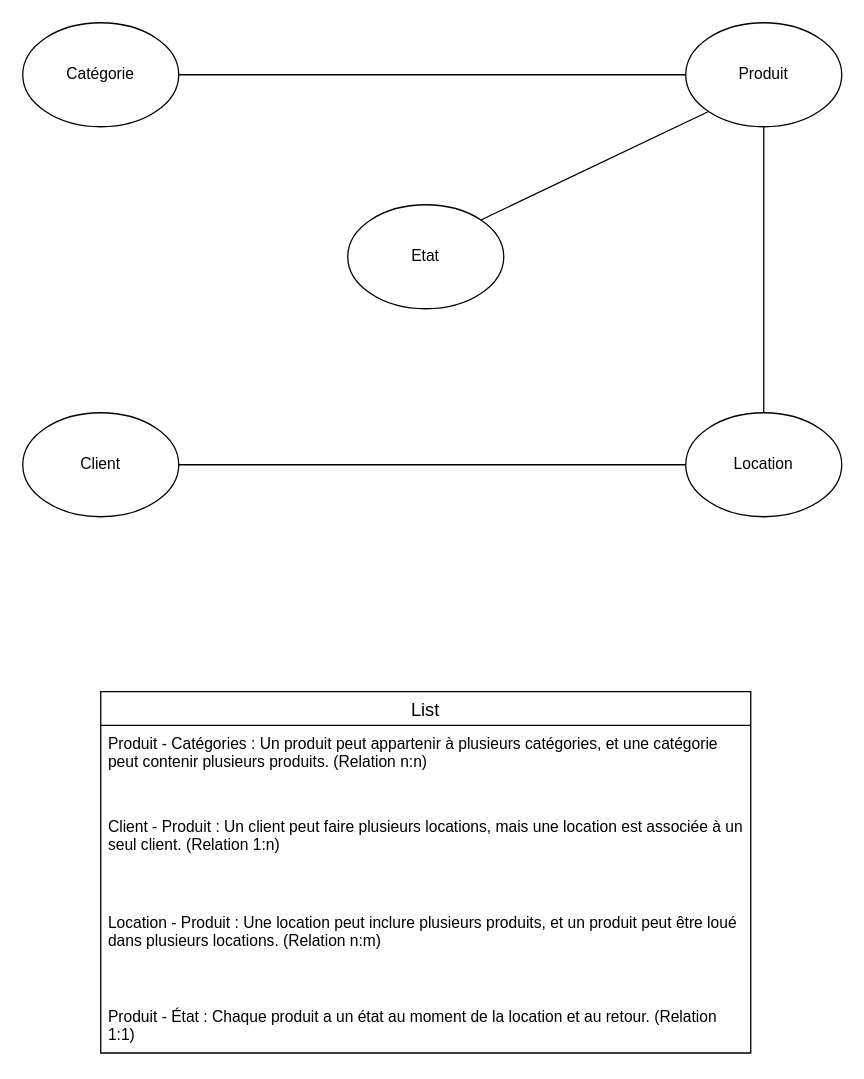
This is Diagramme sans nom.drawio from Selimjerbi66/esirem, a draw.io file, before an edit. Source tidied: cells renumbered, new cells numbered last; positions are measured from the earlier drawing's top-left corner, leaving out a move shared by most shapes. Both pictures are drawn from the tidied source at 130%, with x=0, y=0 at pixel (22, 22).
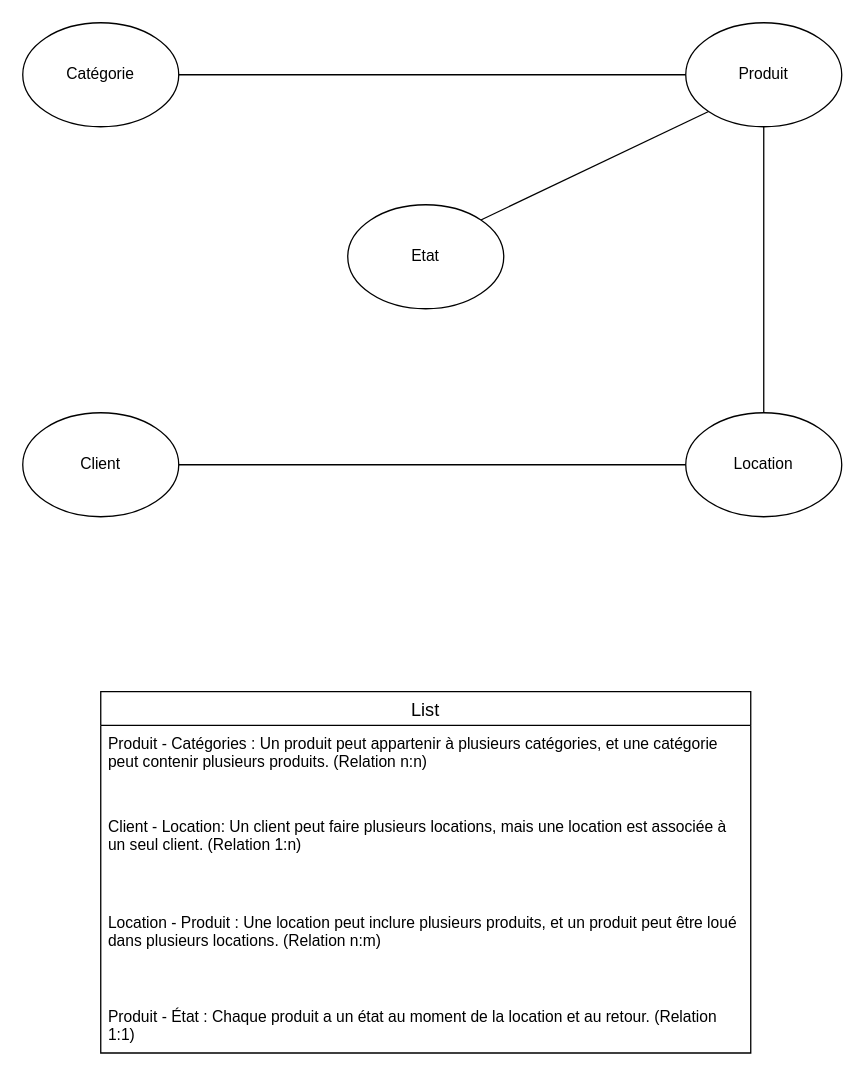
After the change.

Commit message (it also covers changes not shown here):
Mettre à jour Diagramme sans nom.drawio

The edit, as a diff of the source:
```diff
@@
 <mxGraphModel>
   <root>
     <mxCell id="0" />
     <mxCell id="1" parent="0" />
     <mxCell id="2" value="Client" style="ellipse;whiteSpace=wrap;html=1;" parent="1" vertex="1">
       <mxGeometry y="300" width="120" height="80" as="geometry" />
     </mxCell>
     <mxCell id="3" value="Location" style="ellipse;whiteSpace=wrap;html=1;" parent="1" vertex="1">
       <mxGeometry x="510" y="300" width="120" height="80" as="geometry" />
     </mxCell>
     <mxCell id="4" value="Produit" style="ellipse;whiteSpace=wrap;html=1;" parent="1" vertex="1">
       <mxGeometry x="510" width="120" height="80" as="geometry" />
     </mxCell>
     <mxCell id="5" value="Etat" style="ellipse;whiteSpace=wrap;html=1;" parent="1" vertex="1">
       <mxGeometry x="250" y="140" width="120" height="80" as="geometry" />
     </mxCell>
     <mxCell id="6" value="Catégorie" style="ellipse;whiteSpace=wrap;html=1;" parent="1" vertex="1">
       <mxGeometry width="120" height="80" as="geometry" />
     </mxCell>
     <mxCell id="7" style="endArrow=none;html=1;rounded=0;entryX=0;entryY=0.5;entryDx=0;entryDy=0;exitX=1;exitY=0.5;exitDx=0;exitDy=0;" parent="1" edge="1" source="6" target="4">
       <mxGeometry relative="1" as="geometry" />
     </mxCell>
     <mxCell id="8" style="endArrow=none;html=1;rounded=0;entryX=0.5;entryY=1;entryDx=0;entryDy=0;exitX=0.5;exitY=0;exitDx=0;exitDy=0;" parent="1" edge="1" source="3" target="4">
       <mxGeometry relative="1" as="geometry" />
     </mxCell>
     <mxCell id="9" style="endArrow=none;html=1;rounded=0;exitX=1;exitY=0.5;exitDx=0;exitDy=0;entryX=0;entryY=0.5;entryDx=0;entryDy=0;" parent="1" edge="1" source="2" target="3">
       <mxGeometry relative="1" as="geometry" />
     </mxCell>
     <mxCell id="10" style="endArrow=none;html=1;rounded=0;exitX=1;exitY=0;exitDx=0;exitDy=0;entryX=0;entryY=1;entryDx=0;entryDy=0;" parent="1" edge="1" source="5" target="4">
       <mxGeometry relative="1" as="geometry" />
     </mxCell>
     <mxCell id="11" value="List" style="swimlane;fontStyle=0;horizontal=1;startSize=26;align=center;fontSize=14;" parent="1" vertex="1">
       <mxGeometry x="60" y="514.5" width="500" height="278" as="geometry" />
     </mxCell>
     <mxCell id="12" value="Produit - Catégories : Un produit peut appartenir à plusieurs catégories, et une catégorie peut contenir plusieurs produits. (Relation n:n)" style="text;strokeColor=none;fillColor=none;spacingLeft=4;spacingRight=4;overflow=hidden;fontSize=12;whiteSpace=wrap;html=1;" parent="11" vertex="1">
       <mxGeometry y="26" width="500" height="64" as="geometry" />
     </mxCell>
-    <mxCell id="13" value="Client - Produit : Un client peut faire plusieurs locations, mais une location est associée à un seul client. (Relation 1:n)" style="text;strokeColor=none;fillColor=none;spacingLeft=4;spacingRight=4;overflow=hidden;fontSize=12;whiteSpace=wrap;html=1;" parent="11" vertex="1">
+    <mxCell id="13" value="Client - Location: Un client peut faire plusieurs locations, mais une location est associée à un seul client. (Relation 1:n)" style="text;strokeColor=none;fillColor=none;spacingLeft=4;spacingRight=4;overflow=hidden;fontSize=12;whiteSpace=wrap;html=1;" parent="11" vertex="1">
       <mxGeometry y="90" width="500" height="74" as="geometry" />
     </mxCell>
     <mxCell id="14" value="Location - Produit : Une location peut inclure plusieurs produits, et un produit peut être loué dans plusieurs locations. (Relation n:m)&lt;div&gt;&lt;br&gt;&lt;/div&gt;&lt;div&gt;&lt;br&gt;&lt;/div&gt;&lt;div&gt;&lt;br&gt;&lt;div&gt;Produit - État : Chaque produit a un état au moment de la location et au retour. (Relation 1:1)&lt;/div&gt;&lt;/div&gt;" style="text;strokeColor=none;fillColor=none;spacingLeft=4;spacingRight=4;overflow=hidden;fontSize=12;whiteSpace=wrap;html=1;" parent="11" vertex="1">
       <mxGeometry y="164" width="500" height="114" as="geometry" />
     </mxCell>
   </root>
 </mxGraphModel>
```
